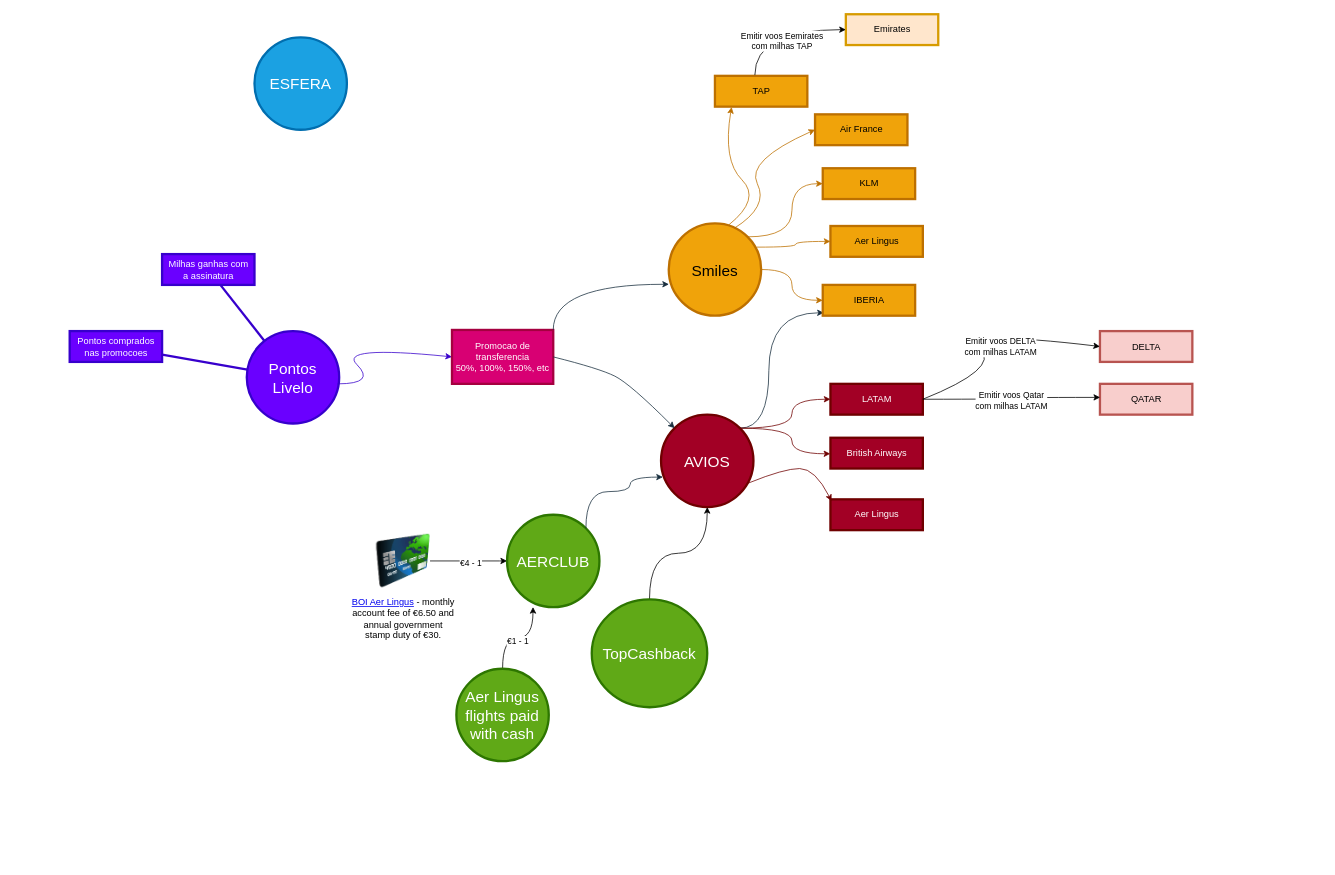
brunotw/draw.io keeps this draw.io diagram as milhas.drawio. Above is the earlier version. Source tidied: cells renumbered, new cells numbered last; positions are measured from the earlier drawing's top-left corner, leaving out a move shared by most shapes. Both pictures are drawn from the tidied source at 77%, with x=0, y=0 at pixel (69, 14).
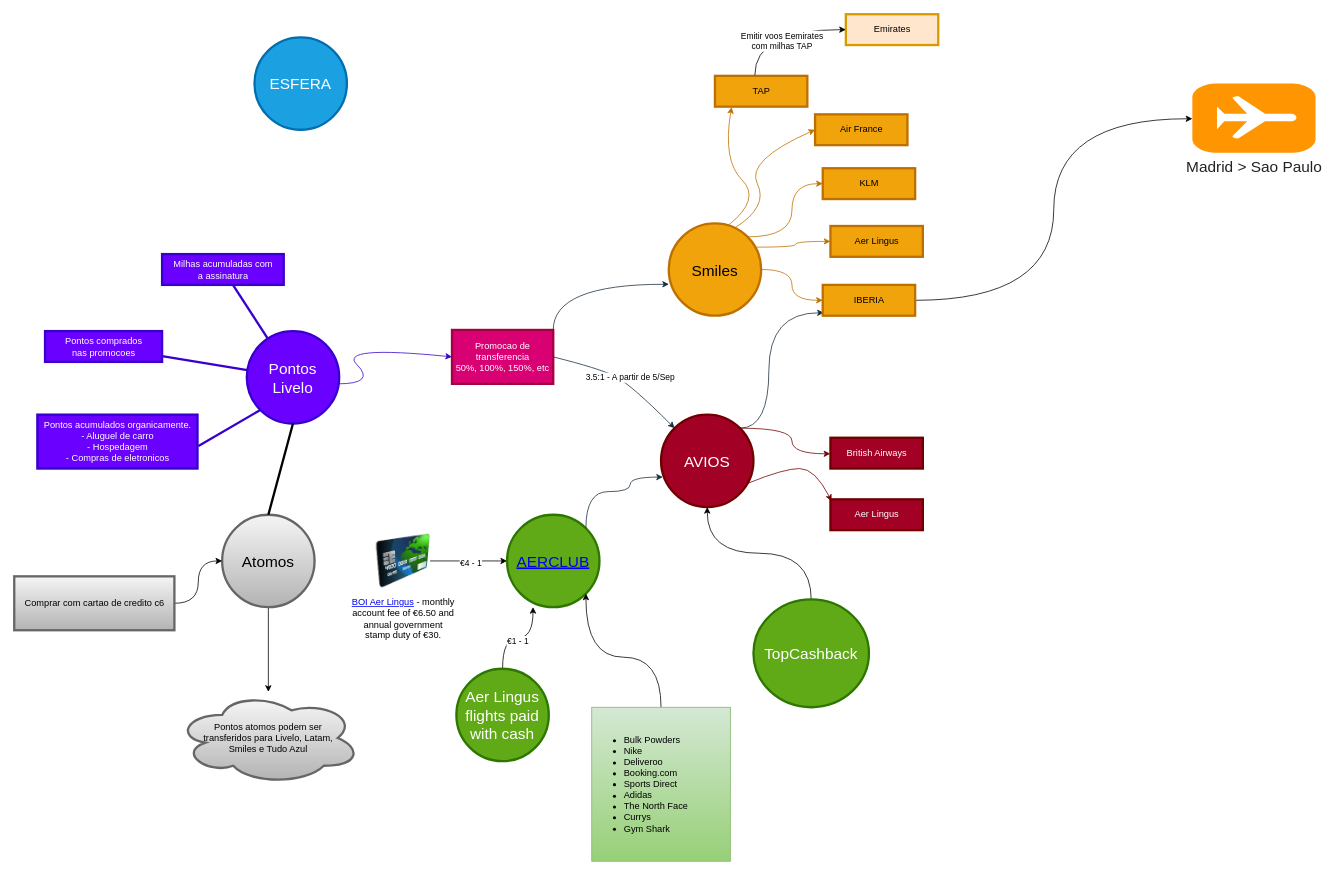
The same page after the edit.

Unchanged cells that the change refers to:
```xml
<mxCell id="2" value="Pontos Livelo" style="ellipse;whiteSpace=wrap;html=1;shadow=0;fontFamily=Helvetica;fontSize=20;align=center;strokeWidth=3;fillColor=#6a00ff;strokeColor=#3700CC;fontColor=#ffffff;rounded=0;labelBackgroundColor=none;" parent="1" vertex="1">
  <mxGeometry x="230" y="411.5" width="120" height="120" as="geometry" />
</mxCell>
<mxCell id="13" value="AVIOS" style="ellipse;whiteSpace=wrap;html=1;shadow=0;fontFamily=Helvetica;fontSize=20;align=center;strokeWidth=3;fillColor=#a20025;strokeColor=#6F0000;rounded=0;labelBackgroundColor=none;fontColor=#ffffff;" parent="1" vertex="1">
  <mxGeometry x="768" y="520" width="120" height="120" as="geometry" />
</mxCell>
<mxCell id="14" style="curved=1;endArrow=classic;html=1;rounded=0;exitX=1;exitY=0.5;exitDx=0;exitDy=0;labelBackgroundColor=none;strokeColor=#182E3E;fontColor=default;" parent="1" edge="1" source="8" target="13">
  <mxGeometry relative="1" as="geometry">
    <Array as="points">
      <mxPoint x="688" y="460" />
      <mxPoint x="728" y="480" />
    </Array>
  </mxGeometry>
</mxCell>
<mxCell id="18" value="IBERIA" style="rounded=0;fillColor=#f0a30a;strokeColor=#BD7000;strokeWidth=3;shadow=0;html=1;fontColor=#000000;labelBackgroundColor=none;" parent="1" vertex="1">
  <mxGeometry x="978" y="351.5" width="120" height="40" as="geometry" />
</mxCell>
```

Diff of the diagram source:
```diff
@@
-<mxGraphModel>
+<mxGraphModel background="#ffffff">
@@
-    <mxCell id="3" value="Milhas ganhas com &lt;br&gt;a assinatura" style="rounded=0;fillColor=#6a00ff;strokeColor=#3700CC;strokeWidth=3;shadow=0;html=1;fontColor=#ffffff;labelBackgroundColor=none;" parent="1" vertex="1">
-      <mxGeometry x="120" y="311.5" width="120" height="40" as="geometry" />
+    <mxCell id="3" value="Milhas acumuladas com &lt;br&gt;a assinatura" style="rounded=0;fillColor=#6a00ff;strokeColor=#3700CC;strokeWidth=3;shadow=0;html=1;fontColor=#ffffff;labelBackgroundColor=none;" parent="1" vertex="1">
+      <mxGeometry x="120" y="311.5" width="158" height="40" as="geometry" />
     </mxCell>
     <mxCell id="4" value="Pontos comprados&lt;br&gt;nas promocoes" style="rounded=0;fillColor=#6a00ff;strokeColor=#3700CC;strokeWidth=3;shadow=0;html=1;fontColor=#ffffff;labelBackgroundColor=none;" parent="1" vertex="1">
-      <mxGeometry y="411.5" width="120" height="40" as="geometry" />
+      <mxGeometry x="-32" y="411.5" width="152" height="40" as="geometry" />
     </mxCell>
@@
+    <mxCell id="50" value="3.5:1 - A partir de 5/Sep" style="edgeLabel;html=1;align=center;verticalAlign=middle;" parent="14" vertex="1">
+      <mxGeometry x="-0.23" y="1" relative="1" as="geometry">
+        <mxPoint x="30" y="8" as="offset" />
+      </mxGeometry>
+    </mxCell>
@@
+    <mxCell id="51" style="edgeStyle=orthogonalEdgeStyle;rounded=0;jettySize=auto;html=1;exitX=1;exitY=0.5;exitDx=0;exitDy=0;entryX=0;entryY=0.508;entryDx=0;entryDy=0;entryPerimeter=0;curved=1;" parent="1" edge="1" source="18" target="60">
+      <mxGeometry relative="1" as="geometry" />
+    </mxCell>
@@
-    <mxCell id="29" value="AERCLUB" style="ellipse;whiteSpace=wrap;html=1;shadow=0;fontFamily=Helvetica;fontSize=20;align=center;strokeWidth=3;fillColor=#60a917;strokeColor=#2D7600;fontColor=#ffffff;rounded=0;labelBackgroundColor=none;" parent="1" vertex="1">
+    <mxCell id="29" value="&lt;a href=&quot;https://estore.aerlingus.com/retailers&quot;&gt;AERCLUB&lt;/a&gt;" style="ellipse;whiteSpace=wrap;html=1;shadow=0;fontFamily=Helvetica;fontSize=20;align=center;strokeWidth=3;fillColor=#60a917;strokeColor=#2D7600;fontColor=#ffffff;rounded=0;labelBackgroundColor=none;" parent="1" vertex="1">
       <mxGeometry x="568" y="650" width="120" height="120" as="geometry" />
     </mxCell>
@@
     <mxCell id="34" value="TopCashback" style="ellipse;whiteSpace=wrap;html=1;shadow=0;fontFamily=Helvetica;fontSize=20;align=center;strokeWidth=3;fillColor=#60a917;strokeColor=#2D7600;fontColor=#ffffff;rounded=0;labelBackgroundColor=none;" parent="1" vertex="1">
-      <mxGeometry x="678" y="760" width="150" height="140" as="geometry" />
+      <mxGeometry x="888" y="760" width="150" height="140" as="geometry" />
     </mxCell>
-    <mxCell id="35" value="LATAM" style="rounded=0;fillColor=#a20025;strokeColor=#6F0000;strokeWidth=3;shadow=0;html=1;fontColor=#ffffff;labelBackgroundColor=none;" parent="1" vertex="1">
-      <mxGeometry x="988" y="480" width="120" height="40" as="geometry" />
-    </mxCell>
-    <mxCell id="36" style="edgeStyle=orthogonalEdgeStyle;rounded=0;jettySize=auto;html=1;exitX=1;exitY=0;exitDx=0;exitDy=0;curved=1;entryX=0;entryY=0.5;entryDx=0;entryDy=0;labelBackgroundColor=none;strokeColor=#6F0000;fontColor=default;fillColor=#a20025;" parent="1" edge="1" source="13" target="35">
-      <mxGeometry relative="1" as="geometry" />
-    </mxCell>
@@
-    <mxCell id="39" value="QATAR" style="rounded=0;fillColor=#f8cecc;strokeColor=#b85450;strokeWidth=3;shadow=0;html=1;labelBackgroundColor=none;" parent="1" vertex="1">
-      <mxGeometry x="1338" y="480" width="120" height="40" as="geometry" />
-    </mxCell>
-    <mxCell id="40" style="endArrow=classic;html=1;rounded=0;entryX=0.002;entryY=0.44;entryDx=0;entryDy=0;entryPerimeter=0;exitX=1;exitY=0.5;exitDx=0;exitDy=0;edgeStyle=orthogonalEdgeStyle;curved=1;" parent="1" edge="1" source="35" target="39">
-      <mxGeometry relative="1" as="geometry" />
-    </mxCell>
-    <mxCell id="41" value="Emitir voos Qatar&lt;br&gt;com milhas LATAM" style="edgeLabel;html=1;align=center;verticalAlign=middle;" parent="40" vertex="1">
-      <mxGeometry x="-0.02" y="-1" relative="1" as="geometry" />
-    </mxCell>
-    <mxCell id="42" value="DELTA" style="rounded=0;fillColor=#f8cecc;strokeColor=#b85450;strokeWidth=3;shadow=0;html=1;labelBackgroundColor=none;" parent="1" vertex="1">
-      <mxGeometry x="1338" y="411.5" width="120" height="40" as="geometry" />
-    </mxCell>
-    <mxCell id="43" style="curved=1;endArrow=classic;html=1;rounded=0;exitX=1;exitY=0.5;exitDx=0;exitDy=0;entryX=0;entryY=0.5;entryDx=0;entryDy=0;" parent="1" edge="1" source="35" target="42">
-      <mxGeometry relative="1" as="geometry">
-        <Array as="points">
-          <mxPoint x="1208" y="460" />
-          <mxPoint x="1158" y="410" />
-        </Array>
-      </mxGeometry>
-    </mxCell>
-    <mxCell id="44" value="Emitir voos DELTA&lt;br style=&quot;border-color: var(--border-color);&quot;&gt;com milhas LATAM" style="edgeLabel;html=1;align=center;verticalAlign=middle;" parent="43" vertex="1">
-      <mxGeometry x="-0.07" y="12" relative="1" as="geometry">
-        <mxPoint x="51" y="5" as="offset" />
-      </mxGeometry>
-    </mxCell>
@@
+    <mxCell id="52" value="Pontos acumulados organicamente.&lt;br&gt;- Aluguel de carro&lt;br&gt;- Hospedagem&lt;br&gt;- Compras de eletronicos" style="rounded=0;fillColor=#6a00ff;strokeColor=#3700CC;strokeWidth=3;shadow=0;html=1;fontColor=#ffffff;labelBackgroundColor=none;" parent="1" vertex="1">
+      <mxGeometry x="-42" y="520" width="208" height="70" as="geometry" />
+    </mxCell>
+    <mxCell id="53" style="edgeStyle=none;endArrow=none;strokeWidth=3;strokeColor=#3700CC;html=1;rounded=0;labelBackgroundColor=none;fontColor=default;fillColor=#6a00ff;exitX=0;exitY=1;exitDx=0;exitDy=0;entryX=1.006;entryY=0.583;entryDx=0;entryDy=0;entryPerimeter=0;" parent="1" edge="1" source="2" target="52">
+      <mxGeometry x="-1498" y="-303.5" as="geometry" />
+    </mxCell>
+    <mxCell id="54" style="edgeStyle=orthogonalEdgeStyle;rounded=0;jettySize=auto;html=1;" parent="1" edge="1" source="55" target="59">
+      <mxGeometry relative="1" as="geometry" />
+    </mxCell>
+    <mxCell id="55" value="Atomos" style="ellipse;whiteSpace=wrap;html=1;shadow=0;fontFamily=Helvetica;fontSize=20;align=center;strokeWidth=3;fillColor=#f5f5f5;strokeColor=#666666;rounded=0;labelBackgroundColor=none;gradientColor=#b3b3b3;" parent="1" vertex="1">
+      <mxGeometry x="198" y="650" width="120" height="120" as="geometry" />
+    </mxCell>
+    <mxCell id="56" style="edgeStyle=orthogonalEdgeStyle;rounded=0;jettySize=auto;html=1;exitX=1;exitY=0.5;exitDx=0;exitDy=0;entryX=0;entryY=0.5;entryDx=0;entryDy=0;curved=1;" parent="1" edge="1" source="57" target="55">
+      <mxGeometry relative="1" as="geometry" />
+    </mxCell>
+    <mxCell id="57" value="Comprar com cartao de credito c6" style="rounded=0;strokeWidth=3;shadow=0;html=1;labelBackgroundColor=none;fillColor=#f5f5f5;gradientColor=#b3b3b3;strokeColor=#666666;" parent="1" vertex="1">
+      <mxGeometry x="-72" y="730" width="208" height="70" as="geometry" />
+    </mxCell>
+    <mxCell id="58" style="edgeStyle=none;endArrow=none;strokeWidth=3;strokeColor=#000000;html=1;rounded=0;labelBackgroundColor=none;fontColor=default;fillColor=#6a00ff;exitX=0.5;exitY=1;exitDx=0;exitDy=0;entryX=0.5;entryY=0;entryDx=0;entryDy=0;" parent="1" edge="1" source="2" target="55">
+      <mxGeometry x="-1498" y="-303.5" as="geometry" />
+    </mxCell>
+    <mxCell id="59" value="Pontos atomos podem ser &lt;br&gt;transferidos para Livelo, Latam, &lt;br&gt;Smiles e Tudo Azul" style="ellipse;shape=cloud;whiteSpace=wrap;html=1;fontSize=12;fillColor=#f5f5f5;strokeColor=#666666;shadow=0;strokeWidth=3;rounded=0;labelBackgroundColor=none;gradientColor=#b3b3b3;" parent="1" vertex="1">
+      <mxGeometry x="138" y="880" width="240" height="120" as="geometry" />
+    </mxCell>
+    <mxCell id="60" value="&lt;font style=&quot;font-size: 20px;&quot;&gt;Madrid &amp;gt; Sao Paulo&lt;/font&gt;" style="html=1;strokeWidth=1;shadow=0;dashed=0;shape=mxgraph.ios7.misc.travel;fillColor=#FF9501;strokeColor=none;buttonText=;strokeColor2=#222222;fontColor=#222222;fontSize=8;verticalLabelPosition=bottom;verticalAlign=top;align=center;sketch=0;" parent="1" vertex="1">
+      <mxGeometry x="1458" y="90" width="160" height="90" as="geometry" />
+    </mxCell>
+    <mxCell id="61" style="edgeStyle=orthogonalEdgeStyle;rounded=0;jettySize=auto;html=1;exitX=0.5;exitY=0;exitDx=0;exitDy=0;entryX=1;entryY=1;entryDx=0;entryDy=0;curved=1;" parent="1" edge="1" source="62" target="29">
+      <mxGeometry relative="1" as="geometry" />
+    </mxCell>
+    <mxCell id="62" value="&lt;ul&gt;&lt;li&gt;Bulk Powders&lt;/li&gt;&lt;li&gt;Nike&lt;/li&gt;&lt;li&gt;Deliveroo&lt;/li&gt;&lt;li&gt;Booking.com&lt;/li&gt;&lt;li&gt;Sports Direct&lt;/li&gt;&lt;li&gt;Adidas&lt;/li&gt;&lt;li&gt;The North Face&lt;/li&gt;&lt;li&gt;Currys&lt;/li&gt;&lt;li&gt;Gym Shark&lt;/li&gt;&lt;/ul&gt;" style="text;strokeColor=#82b366;fillColor=#d5e8d4;html=1;whiteSpace=wrap;verticalAlign=middle;overflow=hidden;gradientColor=#97d077;" parent="1" vertex="1">
+      <mxGeometry x="678" y="900" width="180" height="200" as="geometry" />
+    </mxCell>
```
